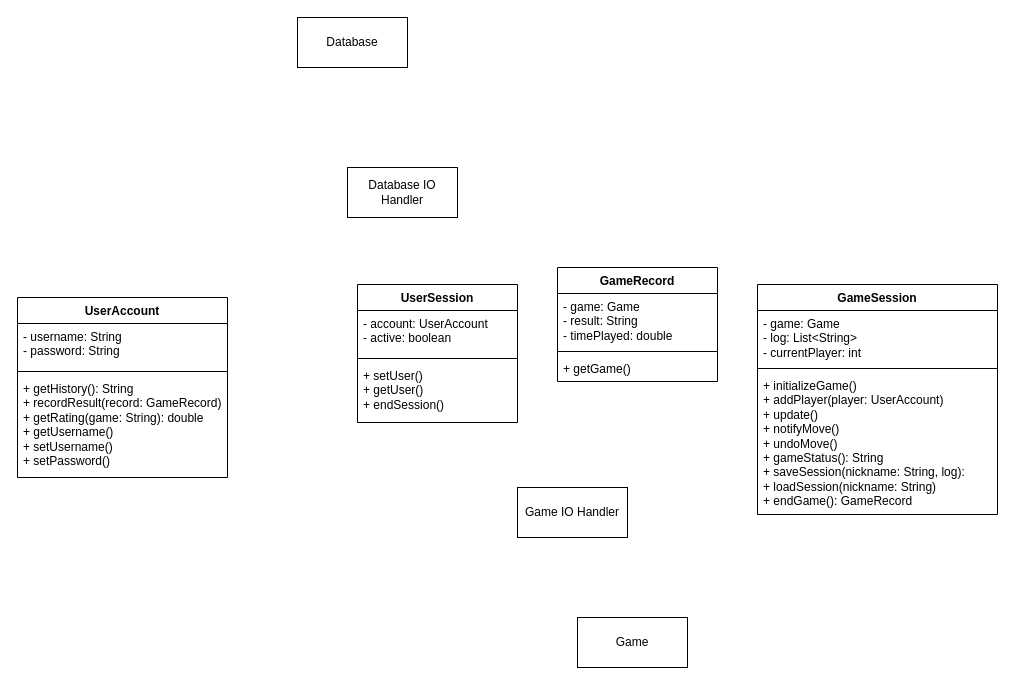
Above: design/networking.drawio in ankondeadlarx/gitlab (draw.io), before the change. Source tidied: cells renumbered, new cells numbered last; positions are measured from the earlier drawing's top-left corner, leaving out a move shared by most shapes. Both pictures are drawn from the tidied source at 100%, with x=0, y=0 at pixel (17, 17).
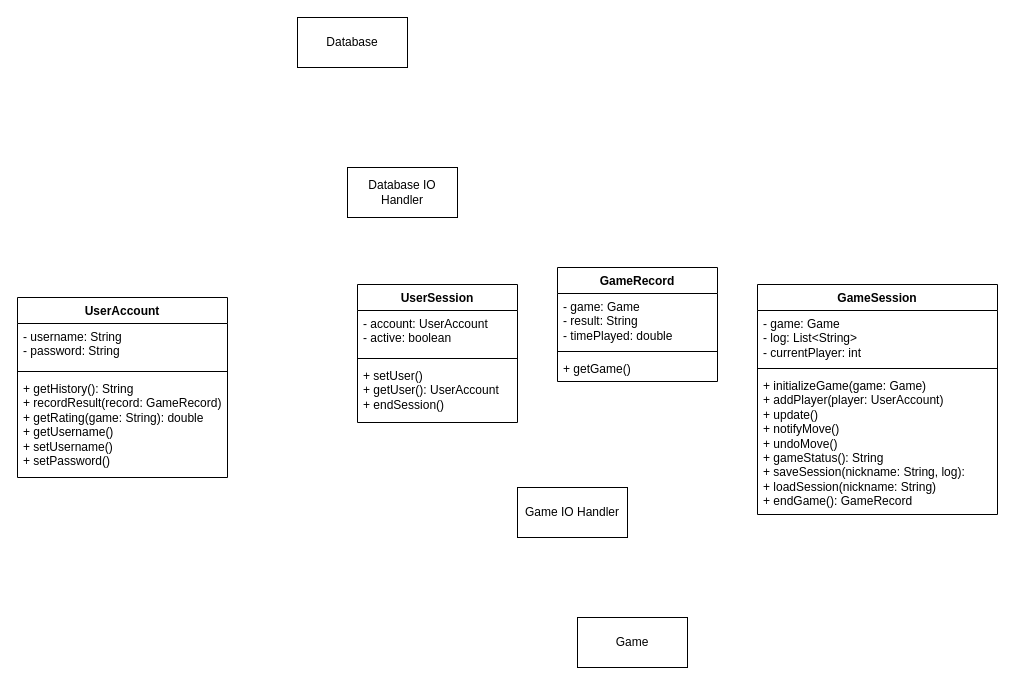
The same diagram, later.

Commit message:
minor changes to class diagrams

Unchanged cells that the change refers to:
```xml
<mxCell id="8" value="UserSession" style="swimlane;fontStyle=1;align=center;verticalAlign=top;horizontal=1;startSize=26;whiteSpace=wrap;html=1;" parent="1" vertex="1">
  <mxGeometry x="340" y="267" width="160" height="138" as="geometry" />
</mxCell>
<mxCell id="18" value="GameSession" style="swimlane;fontStyle=1;align=center;verticalAlign=top;horizontal=1;startSize=26;whiteSpace=wrap;html=1;" parent="1" vertex="1">
  <mxGeometry x="740" y="267" width="240" height="230" as="geometry" />
</mxCell>
```

The edit, as a diff of the source:
```diff
@@
-    <mxCell id="11" value="+ setUser()&lt;div&gt;+ getUser()&lt;/div&gt;&lt;div&gt;+ endSession()&lt;/div&gt;" style="text;strokeColor=none;fillColor=none;align=left;verticalAlign=top;spacingLeft=4;spacingRight=4;overflow=hidden;whiteSpace=wrap;html=1;" parent="8" vertex="1">
+    <mxCell id="11" value="+ setUser()&lt;div&gt;+ getUser(): UserAccount&lt;/div&gt;&lt;div&gt;+ endSession()&lt;/div&gt;" style="text;strokeColor=none;fillColor=none;align=left;verticalAlign=top;spacingLeft=4;spacingRight=4;overflow=hidden;whiteSpace=wrap;html=1;" parent="8" vertex="1">
       <mxGeometry y="78" width="160" height="60" as="geometry" />
     </mxCell>
@@
-    <mxCell id="21" value="&lt;div&gt;+ initializeGame()&lt;/div&gt;&lt;div&gt;+ addPlayer(player: UserAccount)&lt;/div&gt;+ update()&lt;div&gt;+ notifyMove()&lt;/div&gt;&lt;div&gt;+ undoMove()&lt;/div&gt;&lt;div&gt;+ gameStatus(): String&lt;/div&gt;&lt;div&gt;+ saveSession(nickname: String, log):&amp;nbsp;&lt;/div&gt;&lt;div&gt;+ loadSession(nickname: String)&lt;/div&gt;&lt;div&gt;+ endGame(): GameRecord&lt;/div&gt;" style="text;strokeColor=none;fillColor=none;align=left;verticalAlign=top;spacingLeft=4;spacingRight=4;overflow=hidden;whiteSpace=wrap;html=1;" parent="18" vertex="1">
+    <mxCell id="21" value="&lt;div&gt;+ initializeGame(game: Game)&lt;/div&gt;&lt;div&gt;+ addPlayer(player: UserAccount)&lt;/div&gt;+ update()&lt;div&gt;+ notifyMove()&lt;/div&gt;&lt;div&gt;+ undoMove()&lt;/div&gt;&lt;div&gt;+ gameStatus(): String&lt;/div&gt;&lt;div&gt;+ saveSession(nickname: String, log):&amp;nbsp;&lt;/div&gt;&lt;div&gt;+ loadSession(nickname: String)&lt;/div&gt;&lt;div&gt;+ endGame(): GameRecord&lt;/div&gt;" style="text;strokeColor=none;fillColor=none;align=left;verticalAlign=top;spacingLeft=4;spacingRight=4;overflow=hidden;whiteSpace=wrap;html=1;" parent="18" vertex="1">
       <mxGeometry y="88" width="240" height="142" as="geometry" />
     </mxCell>
```
